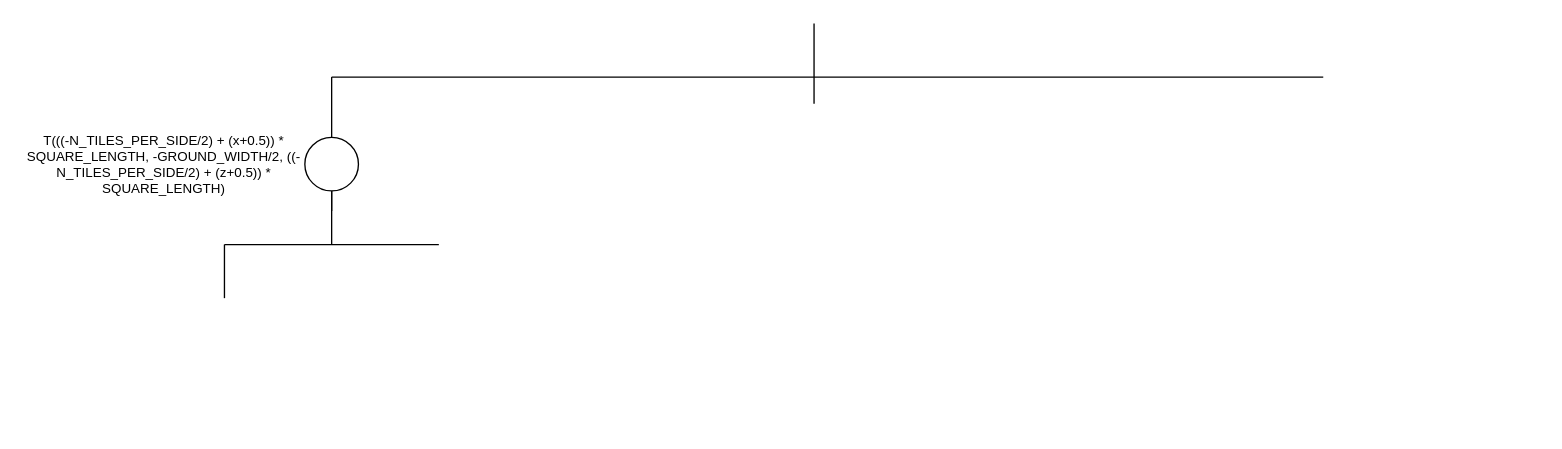
Above: grafo de cena.drawio in my-nd/CGI-Project02 (draw.io), before the change. Source tidied: cells renumbered, new cells numbered last; positions are measured from the earlier drawing's top-left corner, leaving out a move shared by most shapes. Both pictures are drawn from the tidied source at 134%, with x=0, y=0 at pixel (23, 23).
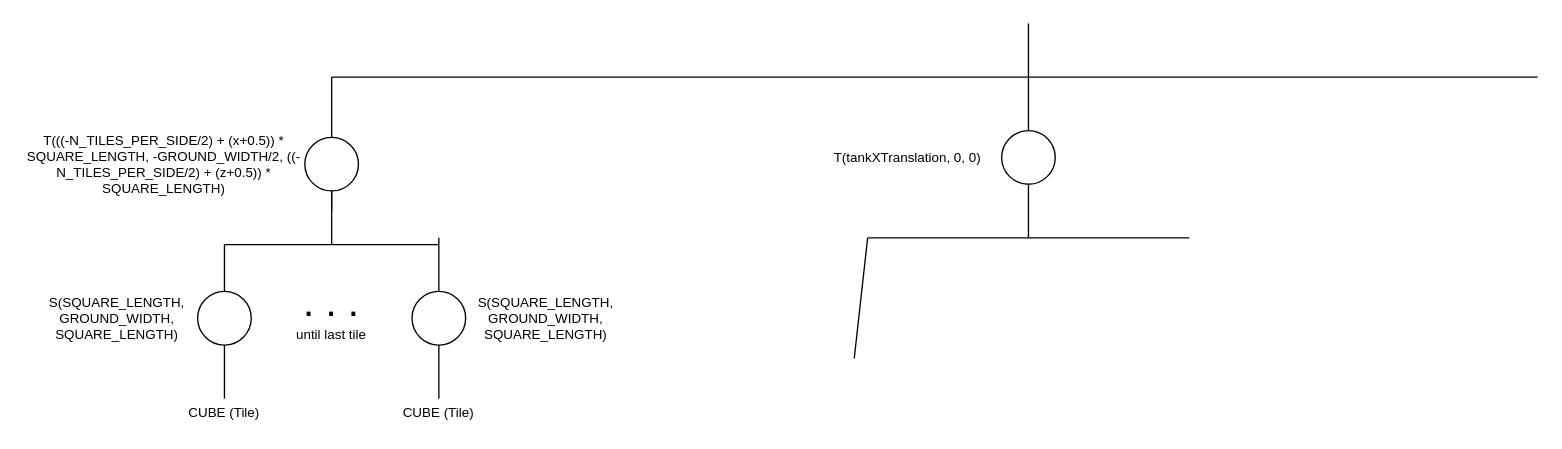
The same page after the edit.

The edit, as a diff of the source:
```diff
@@
     <mxCell id="2" style="endArrow=none;html=1;" parent="1" edge="1">
       <mxGeometry relative="1" as="geometry">
-        <mxPoint x="590" y="60" as="sourcePoint" />
-        <mxPoint x="590" as="targetPoint" />
+        <mxPoint x="750" y="80" as="sourcePoint" />
+        <mxPoint x="750" as="targetPoint" />
       </mxGeometry>
     </mxCell>
     <mxCell id="3" style="endArrow=none;html=1;" parent="1" edge="1">
       <mxGeometry relative="1" as="geometry">
-        <mxPoint x="970" y="40" as="sourcePoint" />
+        <mxPoint x="1130" y="40" as="sourcePoint" />
         <mxPoint x="230" y="40" as="targetPoint" />
       </mxGeometry>
     </mxCell>
@@
+    <mxCell id="10" style="ellipse;whiteSpace=wrap;html=1;fontSize=10;" parent="1" vertex="1">
+      <mxGeometry x="130" y="200" width="40" height="40" as="geometry" />
+    </mxCell>
+    <mxCell id="11" value="S(SQUARE_LENGTH, GROUND_WIDTH, SQUARE_LENGTH)" style="text;html=1;strokeColor=none;fillColor=none;align=center;verticalAlign=middle;whiteSpace=wrap;rounded=0;fontSize=10;" parent="1" vertex="1">
+      <mxGeometry x="30" y="210" width="80" height="20" as="geometry" />
+    </mxCell>
+    <mxCell id="12" style="endArrow=none;html=1;fontSize=10;entryX=0.5;entryY=1;entryDx=0;entryDy=0;" parent="1" edge="1" target="10">
+      <mxGeometry relative="1" as="geometry">
+        <mxPoint x="150" y="280" as="sourcePoint" />
+      </mxGeometry>
+    </mxCell>
+    <mxCell id="13" value="CUBE (Tile)" style="text;html=1;strokeColor=none;fillColor=none;align=center;verticalAlign=middle;whiteSpace=wrap;rounded=0;fontSize=10;" parent="1" vertex="1">
+      <mxGeometry x="120" y="280" width="60" height="20" as="geometry" />
+    </mxCell>
+    <mxCell id="14" value="&lt;div&gt;. . .&lt;/div&gt;&lt;div style=&quot;font-size: 10px&quot;&gt;until last tile&lt;/div&gt;&lt;div style=&quot;font-size: 10px&quot;&gt;&lt;br&gt;&lt;/div&gt;" style="text;html=1;strokeColor=none;fillColor=none;align=center;verticalAlign=middle;whiteSpace=wrap;rounded=0;fontSize=30;" parent="1" vertex="1">
+      <mxGeometry x="195" y="210" width="70" height="20" as="geometry" />
+    </mxCell>
+    <mxCell id="15" style="endArrow=none;html=1;fontSize=12;" parent="1" edge="1">
+      <mxGeometry relative="1" as="geometry">
+        <mxPoint x="310" y="160" as="sourcePoint" />
+        <mxPoint x="310" y="200" as="targetPoint" />
+      </mxGeometry>
+    </mxCell>
+    <mxCell id="16" style="ellipse;whiteSpace=wrap;html=1;fontSize=10;" parent="1" vertex="1">
+      <mxGeometry x="290" y="200" width="40" height="40" as="geometry" />
+    </mxCell>
+    <mxCell id="17" value="S(SQUARE_LENGTH, GROUND_WIDTH, SQUARE_LENGTH)" style="text;html=1;strokeColor=none;fillColor=none;align=center;verticalAlign=middle;whiteSpace=wrap;rounded=0;fontSize=10;" parent="1" vertex="1">
+      <mxGeometry x="350" y="210" width="80" height="20" as="geometry" />
+    </mxCell>
+    <mxCell id="18" style="endArrow=none;html=1;fontSize=10;entryX=0.5;entryY=1;entryDx=0;entryDy=0;" parent="1" edge="1">
+      <mxGeometry relative="1" as="geometry">
+        <mxPoint x="310" y="280" as="sourcePoint" />
+        <mxPoint x="310" y="240" as="targetPoint" />
+      </mxGeometry>
+    </mxCell>
+    <mxCell id="19" value="CUBE (Tile)" style="text;html=1;strokeColor=none;fillColor=none;align=center;verticalAlign=middle;whiteSpace=wrap;rounded=0;fontSize=10;" parent="1" vertex="1">
+      <mxGeometry x="280" y="280" width="60" height="20" as="geometry" />
+    </mxCell>
+    <mxCell id="20" style="ellipse;whiteSpace=wrap;html=1;fontSize=30;" parent="1" vertex="1">
+      <mxGeometry x="730" y="80" width="40" height="40" as="geometry" />
+    </mxCell>
+    <mxCell id="21" value="T(tankXTranslation, 0, 0)" style="text;html=1;strokeColor=none;fillColor=none;align=center;verticalAlign=middle;whiteSpace=wrap;rounded=0;fontSize=10;" parent="1" vertex="1">
+      <mxGeometry x="600" y="85" width="120" height="30" as="geometry" />
+    </mxCell>
+    <mxCell id="22" style="endArrow=none;html=1;fontSize=10;entryX=0.5;entryY=1;entryDx=0;entryDy=0;" parent="1" edge="1" target="20">
+      <mxGeometry relative="1" as="geometry">
+        <mxPoint x="750" y="160" as="sourcePoint" />
+      </mxGeometry>
+    </mxCell>
+    <mxCell id="23" style="endArrow=none;html=1;fontSize=10;" parent="1" edge="1">
+      <mxGeometry relative="1" as="geometry">
+        <mxPoint x="630" y="160" as="sourcePoint" />
+        <mxPoint x="870" y="160" as="targetPoint" />
+      </mxGeometry>
+    </mxCell>
+    <mxCell id="24" style="endArrow=none;html=1;fontSize=10;" parent="1" edge="1">
+      <mxGeometry relative="1" as="geometry">
+        <mxPoint x="620" y="250" as="sourcePoint" />
+        <mxPoint x="630" y="160" as="targetPoint" />
+      </mxGeometry>
+    </mxCell>
```
